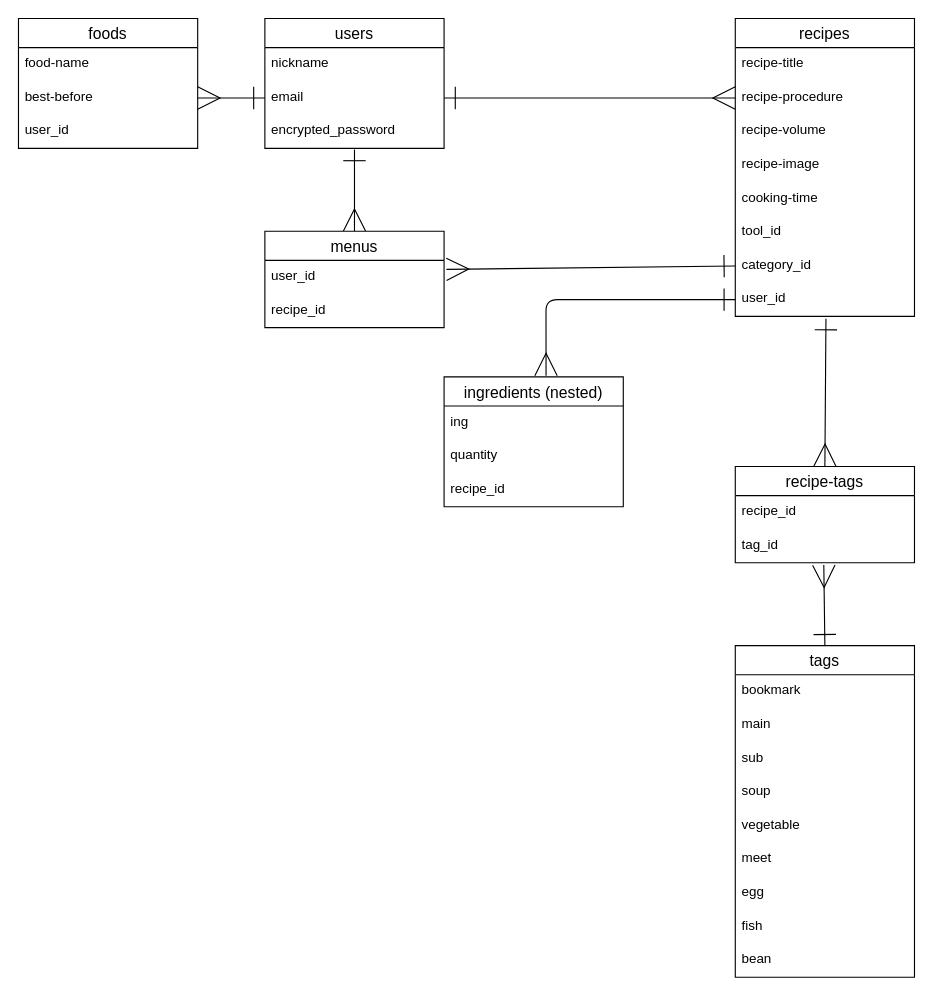
mayumitanaka/original-app keeps this draw.io diagram as er.dio. Above is the earlier version. Source tidied: cells renumbered, new cells numbered last; positions are measured from the earlier drawing's top-left corner, leaving out a move shared by most shapes. Both pictures are drawn from the tidied source at 112%, with x=0, y=0 at pixel (18, 18).
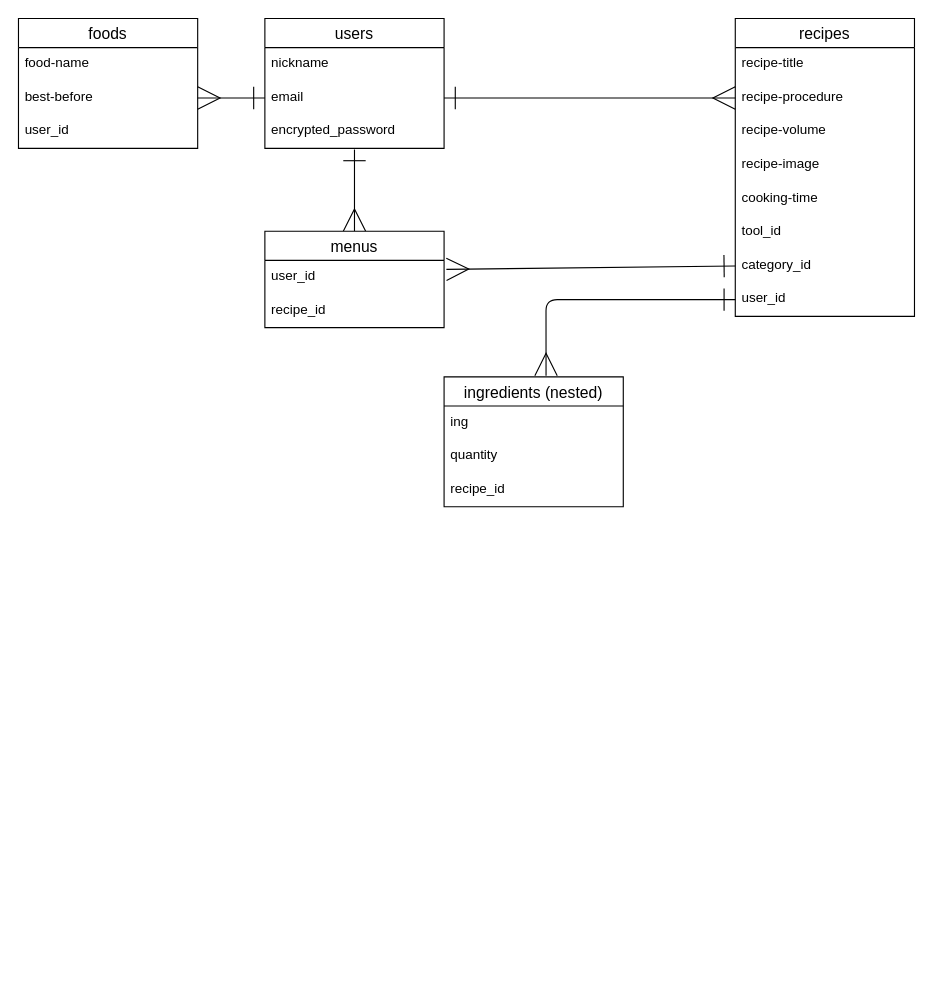
The same diagram, later.

Commit message (it also covers changes not shown here):
tagsテーブル、中間テーブルの削除

The change refers to these unchanged cells:
```xml
<mxCell id="14" value="user_id" style="text;strokeColor=none;fillColor=none;spacingLeft=4;spacingRight=4;overflow=hidden;points=[[0,0.5],[1,0.5]];portConstraint=eastwest;fontSize=12;" parent="6" vertex="1">
  <mxGeometry y="236" width="160" height="30" as="geometry" />
</mxCell>
```

Change to the diagram source:
```diff
@@
-    <mxCell id="23" style="edgeStyle=none;html=1;exitX=0.5;exitY=0;exitDx=0;exitDy=0;entryX=0.506;entryY=1.067;entryDx=0;entryDy=0;entryPerimeter=0;startArrow=ERmany;startFill=0;endArrow=ERone;endFill=0;startSize=18;endSize=18;" parent="1" edge="1" source="24" target="14">
-      <mxGeometry relative="1" as="geometry" />
-    </mxCell>
-    <mxCell id="24" value="recipe-tags" style="swimlane;fontStyle=0;horizontal=1;startSize=26;align=center;fontSize=14;" parent="1" vertex="1">
-      <mxGeometry x="640" y="400" width="160" height="86" as="geometry" />
-    </mxCell>
-    <mxCell id="25" value="recipe_id" style="text;strokeColor=none;fillColor=none;spacingLeft=4;spacingRight=4;overflow=hidden;fontSize=12;" parent="24" vertex="1">
-      <mxGeometry y="26" width="160" height="30" as="geometry" />
-    </mxCell>
-    <mxCell id="26" value="tag_id" style="text;strokeColor=none;fillColor=none;spacingLeft=4;spacingRight=4;overflow=hidden;points=[[0,0.5],[1,0.5]];portConstraint=eastwest;fontSize=12;" parent="24" vertex="1">
-      <mxGeometry y="56" width="160" height="30" as="geometry" />
-    </mxCell>
-    <mxCell id="27" value="tags" style="swimlane;fontStyle=0;horizontal=1;startSize=26;align=center;fontSize=14;" parent="1" vertex="1">
-      <mxGeometry x="640" y="560" width="160" height="296" as="geometry" />
-    </mxCell>
-    <mxCell id="28" value="bookmark" style="text;strokeColor=none;fillColor=none;spacingLeft=4;spacingRight=4;overflow=hidden;fontSize=12;" parent="27" vertex="1">
-      <mxGeometry y="26" width="160" height="30" as="geometry" />
-    </mxCell>
-    <mxCell id="29" value="main" style="text;strokeColor=none;fillColor=none;spacingLeft=4;spacingRight=4;overflow=hidden;fontSize=12;" parent="27" vertex="1">
-      <mxGeometry y="56" width="160" height="30" as="geometry" />
-    </mxCell>
-    <mxCell id="30" value="sub" style="text;strokeColor=none;fillColor=none;spacingLeft=4;spacingRight=4;overflow=hidden;fontSize=12;" parent="27" vertex="1">
-      <mxGeometry y="86" width="160" height="30" as="geometry" />
-    </mxCell>
-    <mxCell id="31" value="soup" style="text;strokeColor=none;fillColor=none;spacingLeft=4;spacingRight=4;overflow=hidden;fontSize=12;" parent="27" vertex="1">
-      <mxGeometry y="116" width="160" height="30" as="geometry" />
-    </mxCell>
-    <mxCell id="32" value="vegetable" style="text;strokeColor=none;fillColor=none;spacingLeft=4;spacingRight=4;overflow=hidden;fontSize=12;" parent="27" vertex="1">
-      <mxGeometry y="146" width="160" height="30" as="geometry" />
-    </mxCell>
-    <mxCell id="33" value="meet" style="text;strokeColor=none;fillColor=none;spacingLeft=4;spacingRight=4;overflow=hidden;fontSize=12;" parent="27" vertex="1">
-      <mxGeometry y="176" width="160" height="30" as="geometry" />
-    </mxCell>
-    <mxCell id="34" value="egg" style="text;strokeColor=none;fillColor=none;spacingLeft=4;spacingRight=4;overflow=hidden;fontSize=12;" parent="27" vertex="1">
-      <mxGeometry y="206" width="160" height="30" as="geometry" />
-    </mxCell>
-    <mxCell id="35" value="fish" style="text;strokeColor=none;fillColor=none;spacingLeft=4;spacingRight=4;overflow=hidden;fontSize=12;" parent="27" vertex="1">
-      <mxGeometry y="236" width="160" height="30" as="geometry" />
-    </mxCell>
-    <mxCell id="36" value="bean" style="text;strokeColor=none;fillColor=none;spacingLeft=4;spacingRight=4;overflow=hidden;fontSize=12;" parent="27" vertex="1">
-      <mxGeometry y="266" width="160" height="30" as="geometry" />
-    </mxCell>
@@
-    <mxCell id="39" style="edgeStyle=none;html=1;exitX=0.494;exitY=1.067;exitDx=0;exitDy=0;entryX=0.5;entryY=0;entryDx=0;entryDy=0;startArrow=ERmany;startFill=0;endArrow=ERone;endFill=0;startSize=18;endSize=18;exitPerimeter=0;" parent="1" edge="1" source="26" target="27">
-      <mxGeometry relative="1" as="geometry" />
-    </mxCell>
```
